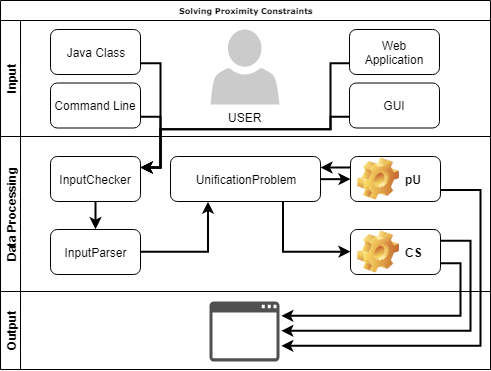
This is Presentation/Bilder/WorkFlow.png from SophieHofmanninger/Solving-proximity-constraints, a draw.io export, as it was before one commit. Source tidied: cells renumbered, new cells last; positions are measured from the earlier drawing's top-left corner, leaving out a move shared by most shapes. Its diagram source:
```xml
<mxGraphModel background="#ffffff">
  <root>
    <mxCell id="0" />
    <mxCell id="1" parent="0" />
    <mxCell id="2" value="Solving Proximity Constraints" style="swimlane;html=1;horizontal=1;startSize=20;rounded=0;shadow=0;labelBackgroundColor=none;strokeColor=#000000;strokeWidth=1;fillColor=#ffffff;fontFamily=Verdana;fontSize=8;fontColor=#000000;align=center;" parent="1" vertex="1">
      <mxGeometry width="490" height="369" as="geometry" />
    </mxCell>
    <mxCell id="3" value="Input" style="swimlane;html=1;startSize=20;horizontal=0;" parent="2" vertex="1">
      <mxGeometry y="20" width="490" height="116" as="geometry" />
    </mxCell>
    <mxCell id="4" value="USER" style="shadow=0;dashed=0;html=1;strokeColor=none;labelPosition=center;verticalLabelPosition=bottom;verticalAlign=top;align=center;shape=mxgraph.office.users.user;fillColor=#CCCBCB;" parent="3" vertex="1">
      <mxGeometry x="210" y="9" width="69" height="75" as="geometry" />
    </mxCell>
    <mxCell id="5" value="Java Class" style="rounded=1;whiteSpace=wrap;html=1;" parent="3" vertex="1">
      <mxGeometry x="50" y="9" width="90" height="45" as="geometry" />
    </mxCell>
    <mxCell id="6" value="Command Line" style="rounded=1;whiteSpace=wrap;html=1;" parent="3" vertex="1">
      <mxGeometry x="50" y="62.5" width="90" height="45" as="geometry" />
    </mxCell>
    <mxCell id="7" value="Web Application" style="rounded=1;whiteSpace=wrap;html=1;" parent="3" vertex="1">
      <mxGeometry x="349" y="9" width="90" height="45" as="geometry" />
    </mxCell>
    <mxCell id="8" value="GUI" style="rounded=1;whiteSpace=wrap;html=1;" parent="3" vertex="1">
      <mxGeometry x="349" y="62.5" width="90" height="45" as="geometry" />
    </mxCell>
    <mxCell id="9" value="Data Processing&lt;br&gt;" style="swimlane;html=1;startSize=20;horizontal=0;" parent="2" vertex="1">
      <mxGeometry y="136" width="490" height="155" as="geometry" />
    </mxCell>
    <mxCell id="10" style="edgeStyle=orthogonalEdgeStyle;rounded=0;jettySize=auto;html=1;exitX=0.5;exitY=1;exitDx=0;exitDy=0;entryX=0.5;entryY=0;entryDx=0;entryDy=0;endArrow=classic;endFill=1;strokeWidth=2;" parent="9" edge="1" source="11" target="13">
      <mxGeometry relative="1" as="geometry" />
    </mxCell>
    <mxCell id="11" value="InputChecker" style="rounded=1;whiteSpace=wrap;html=1;" parent="9" vertex="1">
      <mxGeometry x="50" y="20" width="90" height="45" as="geometry" />
    </mxCell>
    <mxCell id="12" style="edgeStyle=orthogonalEdgeStyle;rounded=0;jettySize=auto;html=1;exitX=1;exitY=0.5;exitDx=0;exitDy=0;entryX=0.25;entryY=1;entryDx=0;entryDy=0;endArrow=classic;endFill=1;strokeWidth=2;" parent="9" edge="1" source="13" target="16">
      <mxGeometry relative="1" as="geometry" />
    </mxCell>
    <mxCell id="13" value="InputParser" style="rounded=1;whiteSpace=wrap;html=1;" parent="9" vertex="1">
      <mxGeometry x="50" y="93" width="90" height="45" as="geometry" />
    </mxCell>
    <mxCell id="14" style="edgeStyle=orthogonalEdgeStyle;rounded=0;jettySize=auto;html=1;exitX=1;exitY=0.5;exitDx=0;exitDy=0;entryX=0;entryY=0.5;entryDx=0;entryDy=0;endArrow=classic;endFill=1;strokeWidth=2;" parent="9" edge="1" source="16" target="18">
      <mxGeometry relative="1" as="geometry" />
    </mxCell>
    <mxCell id="15" style="edgeStyle=orthogonalEdgeStyle;rounded=0;jettySize=auto;html=1;exitX=0.75;exitY=1;exitDx=0;exitDy=0;entryX=0;entryY=0.5;entryDx=0;entryDy=0;endArrow=classic;endFill=1;strokeWidth=2;" parent="9" edge="1" source="16" target="19">
      <mxGeometry relative="1" as="geometry" />
    </mxCell>
    <mxCell id="16" value="UnificationProblem" style="rounded=1;whiteSpace=wrap;html=1;" parent="9" vertex="1">
      <mxGeometry x="170" y="20" width="150" height="45" as="geometry" />
    </mxCell>
    <mxCell id="17" style="edgeStyle=orthogonalEdgeStyle;rounded=0;jettySize=auto;html=1;exitX=0;exitY=0.25;exitDx=0;exitDy=0;entryX=1;entryY=0.25;entryDx=0;entryDy=0;endArrow=classic;endFill=1;strokeWidth=2;" parent="9" edge="1" source="18" target="16">
      <mxGeometry relative="1" as="geometry" />
    </mxCell>
    <mxCell id="18" value="pU" style="label;whiteSpace=wrap;html=1;image=img/clipart/Gear_128x128.png;" parent="9" vertex="1">
      <mxGeometry x="350" y="20" width="90" height="45" as="geometry" />
    </mxCell>
    <mxCell id="19" value="CS" style="label;whiteSpace=wrap;html=1;image=img/clipart/Gear_128x128.png;" parent="9" vertex="1">
      <mxGeometry x="350" y="93" width="90" height="45" as="geometry" />
    </mxCell>
    <mxCell id="20" value="Output&lt;br&gt;" style="swimlane;html=1;startSize=20;horizontal=0;" parent="2" vertex="1">
      <mxGeometry y="291" width="490" height="78" as="geometry" />
    </mxCell>
    <mxCell id="21" style="rounded=1;whiteSpace=wrap;html=1;strokeColor=none;" parent="20" vertex="1">
      <mxGeometry x="210" y="9" width="71" height="60" as="geometry" />
    </mxCell>
    <mxCell id="22" style="edgeStyle=orthogonalEdgeStyle;rounded=0;jettySize=auto;html=1;exitX=1;exitY=0.75;exitDx=0;exitDy=0;entryX=1;entryY=0.75;entryDx=0;entryDy=0;endArrow=classic;endFill=1;strokeWidth=2;" parent="2" edge="1" source="18" target="21">
      <mxGeometry relative="1" as="geometry">
        <Array as="points">
          <mxPoint x="480" y="190" />
          <mxPoint x="480" y="345" />
        </Array>
      </mxGeometry>
    </mxCell>
    <mxCell id="23" style="edgeStyle=orthogonalEdgeStyle;rounded=0;jettySize=auto;html=1;exitX=1;exitY=0.75;exitDx=0;exitDy=0;entryX=1;entryY=0.25;entryDx=0;entryDy=0;endArrow=classic;endFill=1;strokeWidth=2;" parent="2" edge="1" source="19" target="21">
      <mxGeometry relative="1" as="geometry" />
    </mxCell>
    <mxCell id="24" style="edgeStyle=orthogonalEdgeStyle;rounded=0;jettySize=auto;html=1;exitX=1;exitY=0.25;exitDx=0;exitDy=0;entryX=1;entryY=0.5;entryDx=0;entryDy=0;endArrow=classic;endFill=1;strokeWidth=2;" parent="2" edge="1" source="19" target="21">
      <mxGeometry relative="1" as="geometry">
        <Array as="points">
          <mxPoint x="470" y="240" />
          <mxPoint x="470" y="330" />
        </Array>
      </mxGeometry>
    </mxCell>
    <mxCell id="25" style="edgeStyle=orthogonalEdgeStyle;rounded=0;jettySize=auto;html=1;exitX=1;exitY=0.75;exitDx=0;exitDy=0;entryX=1;entryY=0.25;entryDx=0;entryDy=0;endArrow=classic;endFill=1;strokeWidth=2;" parent="2" edge="1" source="6" target="11">
      <mxGeometry relative="1" as="geometry" />
    </mxCell>
    <mxCell id="26" style="edgeStyle=orthogonalEdgeStyle;rounded=0;jettySize=auto;html=1;exitX=1;exitY=0.75;exitDx=0;exitDy=0;entryX=1;entryY=0.25;entryDx=0;entryDy=0;endArrow=classic;endFill=1;strokeWidth=2;" parent="2" edge="1" source="5" target="11">
      <mxGeometry relative="1" as="geometry" />
    </mxCell>
    <mxCell id="27" style="edgeStyle=orthogonalEdgeStyle;rounded=0;jettySize=auto;html=1;exitX=0;exitY=0.75;exitDx=0;exitDy=0;entryX=1;entryY=0.25;entryDx=0;entryDy=0;endArrow=classic;endFill=1;strokeWidth=2;" parent="2" edge="1" source="7" target="11">
      <mxGeometry relative="1" as="geometry">
        <Array as="points">
          <mxPoint x="330" y="63" />
          <mxPoint x="330" y="129" />
          <mxPoint x="160" y="129" />
          <mxPoint x="160" y="167" />
        </Array>
      </mxGeometry>
    </mxCell>
    <mxCell id="28" style="edgeStyle=orthogonalEdgeStyle;rounded=0;jettySize=auto;html=1;exitX=0;exitY=0.75;exitDx=0;exitDy=0;entryX=1;entryY=0.25;entryDx=0;entryDy=0;endArrow=classic;endFill=1;strokeWidth=2;" parent="2" edge="1" source="8" target="11">
      <mxGeometry relative="1" as="geometry">
        <Array as="points">
          <mxPoint x="330" y="116" />
          <mxPoint x="330" y="129" />
          <mxPoint x="160" y="129" />
          <mxPoint x="160" y="167" />
        </Array>
      </mxGeometry>
    </mxCell>
    <mxCell id="29" style="shadow=0;dashed=0;html=1;strokeColor=none;fillColor=#505050;labelPosition=center;verticalLabelPosition=bottom;verticalAlign=top;align=center;shape=mxgraph.office.concepts.application_generic;" parent="1" vertex="1">
      <mxGeometry x="209" y="301" width="70" height="60" as="geometry" />
    </mxCell>
  </root>
</mxGraphModel>
```
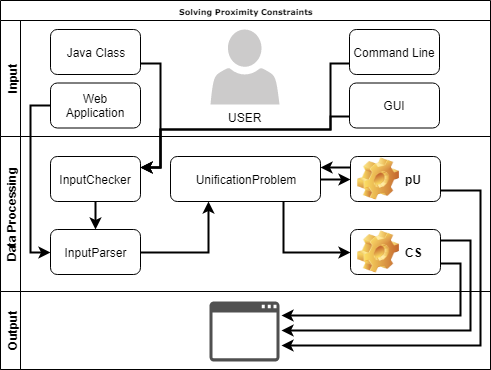
The same diagram one commit later.

Change to the diagram source:
```diff
@@ -14,10 +14,10 @@
     <mxCell id="5" value="Java Class" style="rounded=1;whiteSpace=wrap;html=1;" parent="3" vertex="1">
       <mxGeometry x="50" y="9" width="90" height="45" as="geometry" />
     </mxCell>
-    <mxCell id="6" value="Command Line" style="rounded=1;whiteSpace=wrap;html=1;" parent="3" vertex="1">
+    <mxCell id="6" value="Web Application&lt;br&gt;" style="rounded=1;whiteSpace=wrap;html=1;" parent="3" vertex="1">
       <mxGeometry x="50" y="62.5" width="90" height="45" as="geometry" />
     </mxCell>
-    <mxCell id="7" value="Web Application" style="rounded=1;whiteSpace=wrap;html=1;" parent="3" vertex="1">
+    <mxCell id="7" value="Command Line" style="rounded=1;whiteSpace=wrap;html=1;" parent="3" vertex="1">
       <mxGeometry x="349" y="9" width="90" height="45" as="geometry" />
     </mxCell>
     <mxCell id="8" value="GUI" style="rounded=1;whiteSpace=wrap;html=1;" parent="3" vertex="1">
@@ -81,9 +81,6 @@
         </Array>
       </mxGeometry>
     </mxCell>
-    <mxCell id="25" style="edgeStyle=orthogonalEdgeStyle;rounded=0;jettySize=auto;html=1;exitX=1;exitY=0.75;exitDx=0;exitDy=0;entryX=1;entryY=0.25;entryDx=0;entryDy=0;endArrow=classic;endFill=1;strokeWidth=2;" parent="2" edge="1" source="6" target="11">
-      <mxGeometry relative="1" as="geometry" />
-    </mxCell>
     <mxCell id="26" style="edgeStyle=orthogonalEdgeStyle;rounded=0;jettySize=auto;html=1;exitX=1;exitY=0.75;exitDx=0;exitDy=0;entryX=1;entryY=0.25;entryDx=0;entryDy=0;endArrow=classic;endFill=1;strokeWidth=2;" parent="2" edge="1" source="5" target="11">
       <mxGeometry relative="1" as="geometry" />
     </mxCell>
@@ -107,6 +104,9 @@
         </Array>
       </mxGeometry>
     </mxCell>
+    <mxCell id="30" style="edgeStyle=orthogonalEdgeStyle;rounded=0;jettySize=auto;html=1;exitX=0;exitY=0.5;exitDx=0;exitDy=0;entryX=0;entryY=0.5;entryDx=0;entryDy=0;strokeWidth=2;" parent="2" edge="1" source="6" target="13">
+      <mxGeometry relative="1" as="geometry" />
+    </mxCell>
     <mxCell id="29" style="shadow=0;dashed=0;html=1;strokeColor=none;fillColor=#505050;labelPosition=center;verticalLabelPosition=bottom;verticalAlign=top;align=center;shape=mxgraph.office.concepts.application_generic;" parent="1" vertex="1">
       <mxGeometry x="209" y="301" width="70" height="60" as="geometry" />
     </mxCell>
```
